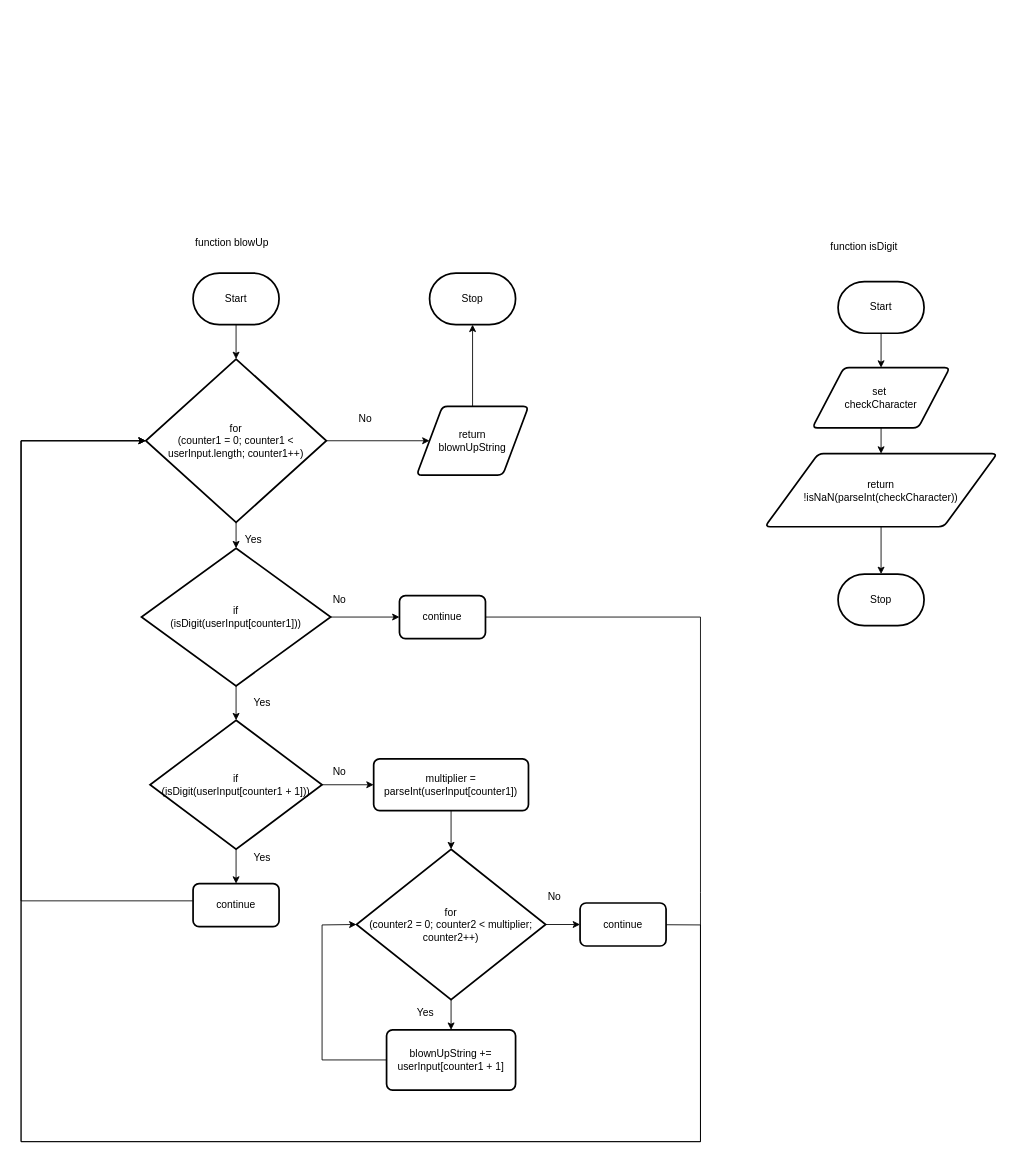
Before: design/flowchart.drawio in evan-beaudoin99/ICS4U-Assignment2, a draw.io diagram. Source tidied: cells renumbered, new cells numbered last; positions are measured from the earlier drawing's top-left corner, leaving out a move shared by most shapes. Both pictures are drawn from the tidied source at 86%, with x=0, y=0 at pixel (21, 230).
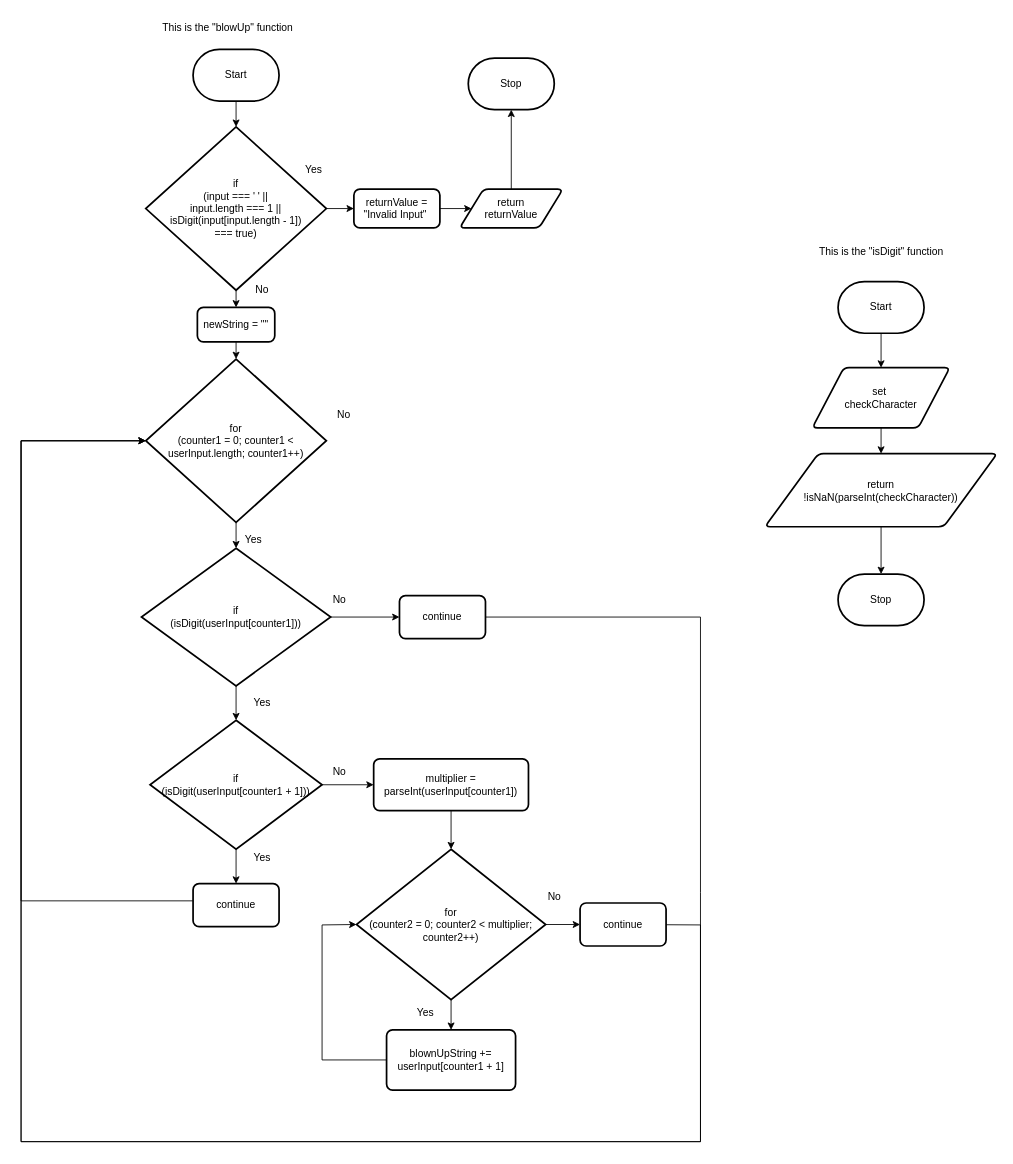
The same diagram, later.

Unchanged cells that the change refers to:
```xml
<mxCell id="7" value="for &lt;br&gt;(counter1 = 0; counter1 &amp;lt; userInput.length; counter1++)" style="strokeWidth=2;html=1;shape=mxgraph.flowchart.decision;whiteSpace=wrap;" parent="1" vertex="1">
  <mxGeometry x="145" y="150" width="210" height="190" as="geometry" />
</mxCell>
```

What changed in the source:
```diff
@@
-    <mxCell id="2" style="edgeStyle=none;html=1;entryX=0.5;entryY=0;entryDx=0;entryDy=0;entryPerimeter=0;" parent="1" edge="1" source="3" target="7">
-      <mxGeometry relative="1" as="geometry" />
-    </mxCell>
+    <mxCell id="46" style="edgeStyle=none;html=1;" parent="1" edge="1" source="3" target="49">
+      <mxGeometry relative="1" as="geometry" />
+    </mxCell>
     <mxCell id="3" value="Start" style="strokeWidth=2;html=1;shape=mxgraph.flowchart.terminator;whiteSpace=wrap;" parent="1" vertex="1">
-      <mxGeometry x="200" y="50" width="100" height="60" as="geometry" />
+      <mxGeometry x="200" y="-210" width="100" height="60" as="geometry" />
     </mxCell>
-    <mxCell id="4" value="function blowUp" style="text;html=1;align=center;verticalAlign=middle;strokeColor=none;fillColor=none;" parent="1" vertex="1">
-      <mxGeometry x="190" width="110" height="30" as="geometry" />
+    <mxCell id="4" value="This is the &quot;blowUp&quot; function" style="text;html=1;align=center;verticalAlign=middle;strokeColor=none;fillColor=none;" parent="1" vertex="1">
+      <mxGeometry x="150" y="-250" width="180" height="30" as="geometry" />
     </mxCell>
@@
-    <mxCell id="6" style="edgeStyle=none;html=1;entryX=0;entryY=0.5;entryDx=0;entryDy=0;" parent="1" edge="1" source="7" target="26">
-      <mxGeometry relative="1" as="geometry" />
-    </mxCell>
@@
-    <mxCell id="26" value="return &lt;br&gt;blownUpString" style="shape=parallelogram;html=1;strokeWidth=2;perimeter=parallelogramPerimeter;whiteSpace=wrap;rounded=1;arcSize=12;size=0.23;" parent="1" vertex="1">
-      <mxGeometry x="460" y="205" width="130" height="80" as="geometry" />
+    <mxCell id="26" value="return &lt;br&gt;returnValue" style="shape=parallelogram;html=1;strokeWidth=2;perimeter=parallelogramPerimeter;whiteSpace=wrap;rounded=1;arcSize=12;size=0.23;" parent="1" vertex="1">
+      <mxGeometry x="510" y="-47.5" width="120" height="45" as="geometry" />
     </mxCell>
     <mxCell id="27" value="Stop" style="strokeWidth=2;html=1;shape=mxgraph.flowchart.terminator;whiteSpace=wrap;" parent="1" vertex="1">
-      <mxGeometry x="475" y="50" width="100" height="60" as="geometry" />
+      <mxGeometry x="520" y="-200" width="100" height="60" as="geometry" />
     </mxCell>
     <mxCell id="28" value="No" style="text;html=1;align=center;verticalAlign=middle;strokeColor=none;fillColor=none;" parent="1" vertex="1">
-      <mxGeometry x="380" y="205" width="40" height="30" as="geometry" />
+      <mxGeometry x="355" y="200" width="40" height="30" as="geometry" />
     </mxCell>
@@
-    <mxCell id="38" value="function isDigit" style="text;html=1;align=center;verticalAlign=middle;strokeColor=none;fillColor=none;" parent="1" vertex="1">
-      <mxGeometry x="930" y="5" width="100" height="30" as="geometry" />
+    <mxCell id="38" value="This is the &quot;isDigit&quot; function" style="text;html=1;align=center;verticalAlign=middle;strokeColor=none;fillColor=none;" parent="1" vertex="1">
+      <mxGeometry x="915" y="10" width="170" height="30" as="geometry" />
     </mxCell>
@@
+    <mxCell id="47" style="edgeStyle=none;html=1;" parent="1" edge="1" source="49" target="51">
+      <mxGeometry relative="1" as="geometry" />
+    </mxCell>
+    <mxCell id="48" style="edgeStyle=none;html=1;exitX=1;exitY=0.5;exitDx=0;exitDy=0;exitPerimeter=0;entryX=0;entryY=0.5;entryDx=0;entryDy=0;" parent="1" edge="1" source="49" target="55">
+      <mxGeometry relative="1" as="geometry" />
+    </mxCell>
+    <mxCell id="49" value="if&lt;br&gt;(input === ' ' || &lt;br&gt;input.length === 1 || isDigit(input[input.length - 1]) &lt;br&gt;=== true)" style="strokeWidth=2;html=1;shape=mxgraph.flowchart.decision;whiteSpace=wrap;" parent="1" vertex="1">
+      <mxGeometry x="145" y="-120" width="210" height="190" as="geometry" />
+    </mxCell>
+    <mxCell id="50" style="edgeStyle=none;html=1;" parent="1" edge="1" source="51" target="7">
+      <mxGeometry relative="1" as="geometry" />
+    </mxCell>
+    <mxCell id="51" value="newString = &quot;&quot;" style="rounded=1;whiteSpace=wrap;html=1;absoluteArcSize=1;arcSize=14;strokeWidth=2;" parent="1" vertex="1">
+      <mxGeometry x="205" y="90" width="90" height="40" as="geometry" />
+    </mxCell>
+    <mxCell id="52" value="No" style="text;html=1;align=center;verticalAlign=middle;strokeColor=none;fillColor=none;" parent="1" vertex="1">
+      <mxGeometry x="260" y="55" width="40" height="30" as="geometry" />
+    </mxCell>
+    <mxCell id="53" value="Yes" style="text;html=1;align=center;verticalAlign=middle;strokeColor=none;fillColor=none;" parent="1" vertex="1">
+      <mxGeometry x="320" y="-85" width="40" height="30" as="geometry" />
+    </mxCell>
+    <mxCell id="54" style="edgeStyle=none;html=1;" parent="1" edge="1" source="55" target="26">
+      <mxGeometry relative="1" as="geometry" />
+    </mxCell>
+    <mxCell id="55" value="returnValue = &quot;Invalid Input&quot;&amp;nbsp;" style="rounded=1;whiteSpace=wrap;html=1;absoluteArcSize=1;arcSize=14;strokeWidth=2;" parent="1" vertex="1">
+      <mxGeometry x="387" y="-47.5" width="100" height="45" as="geometry" />
+    </mxCell>
```
